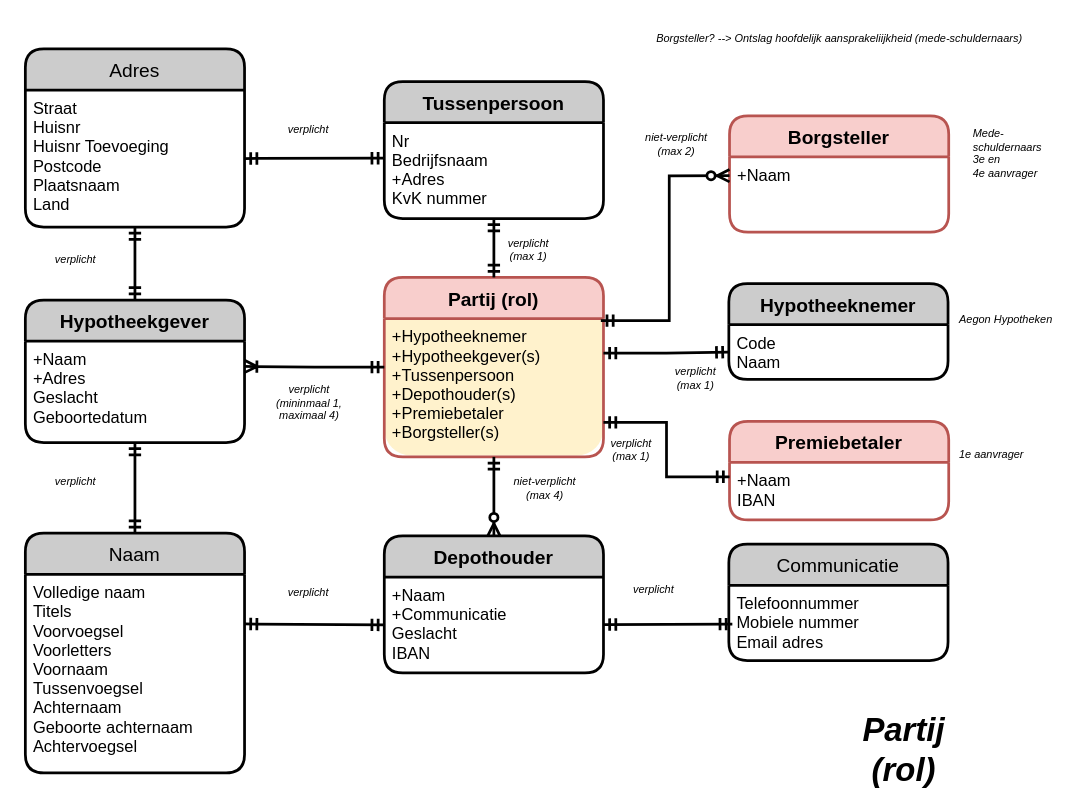
This is page "Partij" (5 of 6) of 3rdParty-HDN.drawio from luchthandel/diagrams, a draw.io file, before an edit. Source tidied: cells renumbered, new cells numbered last; positions are measured from the earlier drawing's top-left corner, leaving out a move shared by most shapes. Both pictures are drawn from the tidied source at 137%, with x=0, y=0 at pixel (25, 23).
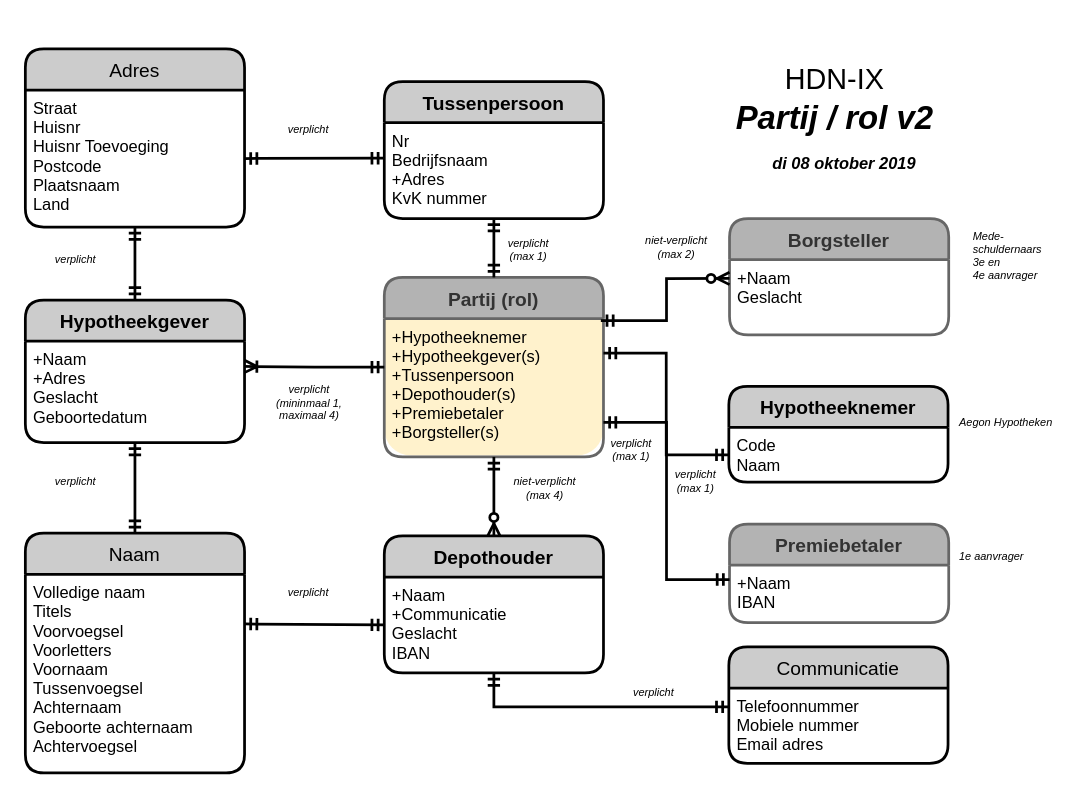
After the change.

The change refers to these unchanged cells:
```xml
<mxCell id="4" value="+Hypotheeknemer&#10;+Hypotheekgever(s)&#10;+Tussenpersoon&#10;+Depothouder(s)&#10;+Premiebetaler&#10;+Borgsteller(s)" style="align=left;strokeColor=none;fillColor=none;spacingLeft=4;fontSize=12;verticalAlign=top;" parent="3" vertex="1">
  <mxGeometry y="30" width="160" height="101" as="geometry" />
</mxCell>
<mxCell id="10" value="Telefoonnummer&#10;Mobiele nummer&#10;Email adres" style="align=left;strokeColor=none;fillColor=none;spacingLeft=4;fontSize=12;verticalAlign=top;" parent="9" vertex="1">
  <mxGeometry y="30" width="160" height="55" as="geometry" />
</mxCell>
<mxCell id="14" value="+Naam&#10;+Communicatie&#10;Geslacht&#10;IBAN" style="align=left;strokeColor=none;fillColor=none;spacingLeft=4;fontSize=12;verticalAlign=top;" parent="13" vertex="1">
  <mxGeometry y="30" width="160" height="70" as="geometry" />
</mxCell>
```

What changed in the source:
```diff
@@
-    <mxCell id="3" value="Partij (rol)" style="swimlane;horizontal=1;startSize=30;fillColor=#f8cecc;rounded=1;fontSize=14;fontStyle=1;strokeWidth=2;shadow=0;dashed=0;align=center;strokeColor=#b85450;" parent="1" vertex="1">
+    <mxCell id="3" value="Partij (rol)" style="swimlane;horizontal=1;startSize=30;fillColor=#B3B3B3;rounded=1;fontSize=14;fontStyle=1;strokeWidth=2;shadow=0;dashed=0;align=center;strokeColor=#666666;fontColor=#333333;" parent="1" vertex="1">
       <mxGeometry x="262" y="185" width="160" height="131" as="geometry" />
     </mxCell>
@@
     <mxCell id="9" value="Communicatie" style="swimlane;horizontal=1;startSize=30;fillColor=#CCCCCC;fontColor=#000000;rounded=1;fontSize=14;fontStyle=0;strokeWidth=2;shadow=0;dashed=0;align=center;" parent="1" vertex="1">
-      <mxGeometry x="513.5" y="379.7" width="160" height="85" as="geometry" />
+      <mxGeometry x="513.5" y="454.7" width="160" height="85" as="geometry" />
     </mxCell>
@@
     <mxCell id="17" value="Hypotheeknemer" style="swimlane;horizontal=1;startSize=30;fillColor=#CCCCCC;fontColor=#000000;rounded=1;fontSize=14;fontStyle=1;strokeWidth=2;shadow=0;dashed=0;align=center;" parent="1" vertex="1">
-      <mxGeometry x="513.5" y="189.5" width="160" height="70" as="geometry" />
+      <mxGeometry x="513.5" y="264.5" width="160" height="70" as="geometry" />
     </mxCell>
@@
-    <mxCell id="21" value="&lt;span style=&quot;font-size: 24px&quot;&gt;&lt;b&gt;&lt;i&gt;Partij (rol)&lt;/i&gt;&lt;/b&gt;&lt;/span&gt;" style="text;html=1;strokeColor=none;fillColor=none;align=center;verticalAlign=middle;whiteSpace=wrap;rounded=0;" parent="1" vertex="1">
-      <mxGeometry x="590" y="512.5" width="103" height="34" as="geometry" />
-    </mxCell>
@@
     <mxCell id="25" value="verplicht&lt;br&gt;(max 1)" style="text;html=1;fontStyle=2;fontSize=8;align=center;" parent="1" vertex="1">
-      <mxGeometry x="463.5" y="242.5" width="50" height="30" as="geometry" />
+      <mxGeometry x="463.5" y="317.5" width="50" height="30" as="geometry" />
     </mxCell>
@@
-    <mxCell id="31" style="edgeStyle=none;rounded=0;jettySize=auto;html=1;startArrow=ERmandOne;startFill=0;endArrow=ERmandOne;endFill=0;strokeWidth=2;entryX=0.016;entryY=0.515;entryDx=0;entryDy=0;entryPerimeter=0;" parent="1" edge="1" source="14" target="10">
+    <mxCell id="31" style="rounded=0;jettySize=auto;html=1;startArrow=ERmandOne;startFill=0;endArrow=ERmandOne;endFill=0;strokeWidth=2;entryX=0;entryY=0.25;entryDx=0;entryDy=0;exitX=0.5;exitY=1;exitDx=0;exitDy=0;edgeStyle=orthogonalEdgeStyle;" parent="1" edge="1" source="14" target="10">
       <mxGeometry relative="1" as="geometry" />
     </mxCell>
@@
     <mxCell id="34" value="verplicht" style="text;html=1;fontStyle=2;fontSize=8;" parent="1" vertex="1">
-      <mxGeometry x="442" y="401.5" width="50" height="30" as="geometry" />
+      <mxGeometry x="442" y="476.5" width="50" height="30" as="geometry" />
     </mxCell>
@@
-    <mxCell id="38" value="Premiebetaler" style="swimlane;horizontal=1;startSize=30;fillColor=#f8cecc;rounded=1;fontSize=14;fontStyle=1;strokeWidth=2;shadow=0;dashed=0;align=center;strokeColor=#b85450;" parent="1" vertex="1">
-      <mxGeometry x="514" y="290" width="160" height="72" as="geometry" />
+    <mxCell id="38" value="Premiebetaler" style="swimlane;horizontal=1;startSize=30;fillColor=#B3B3B3;rounded=1;fontSize=14;fontStyle=1;strokeWidth=2;shadow=0;dashed=0;align=center;strokeColor=#666666;fontColor=#333333;" parent="1" vertex="1">
+      <mxGeometry x="514" y="365" width="160" height="72" as="geometry" />
     </mxCell>
@@
     <mxCell id="40" value="1e aanvrager" style="text;html=1;fontStyle=2;fontSize=8;align=center;" parent="1" vertex="1">
-      <mxGeometry x="680" y="302.5" width="50" height="30" as="geometry" />
+      <mxGeometry x="680" y="377.5" width="50" height="30" as="geometry" />
     </mxCell>
-    <mxCell id="41" value="Borgsteller? --&amp;gt; Ontslag hoofdelijk aansprakeliijkheid (mede-schuldernaars)" style="text;html=1;fontStyle=2;fontSize=8;align=center;" parent="1" vertex="1">
-      <mxGeometry x="569" width="50" height="30" as="geometry" />
-    </mxCell>
-    <mxCell id="42" value="Borgsteller" style="swimlane;horizontal=1;startSize=30;fillColor=#f8cecc;rounded=1;fontSize=14;fontStyle=1;strokeWidth=2;shadow=0;dashed=0;align=center;strokeColor=#b85450;" parent="1" vertex="1">
-      <mxGeometry x="514" y="67" width="160" height="85" as="geometry" />
+    <mxCell id="42" value="Borgsteller" style="swimlane;horizontal=1;startSize=30;fillColor=#B3B3B3;rounded=1;fontSize=14;fontStyle=1;strokeWidth=2;shadow=0;dashed=0;align=center;strokeColor=#666666;fontColor=#333333;" parent="1" vertex="1">
+      <mxGeometry x="514" y="142" width="160" height="85" as="geometry" />
     </mxCell>
-    <mxCell id="43" value="+Naam" style="align=left;strokeColor=none;fillColor=none;spacingLeft=4;fontSize=12;verticalAlign=top;" parent="42" vertex="1">
+    <mxCell id="43" value="+Naam&#10;Geslacht" style="align=left;strokeColor=none;fillColor=none;spacingLeft=4;fontSize=12;verticalAlign=top;" parent="42" vertex="1">
       <mxGeometry y="30" width="160" height="55" as="geometry" />
     </mxCell>
     <mxCell id="44" style="rounded=0;jettySize=auto;html=1;exitX=0.988;exitY=0.015;exitDx=0;exitDy=0;entryX=0;entryY=0.25;entryDx=0;entryDy=0;startArrow=ERmandOne;startFill=0;endArrow=ERzeroToMany;endFill=1;strokeWidth=2;fontSize=8;exitPerimeter=0;edgeStyle=orthogonalEdgeStyle;" parent="1" edge="1" source="4" target="43">
-      <mxGeometry relative="1" as="geometry">
-        <Array as="points">
-          <mxPoint x="470" y="216" />
-          <mxPoint x="470" y="110" />
-        </Array>
-      </mxGeometry>
+      <mxGeometry relative="1" as="geometry" />
     </mxCell>
     <mxCell id="45" value="niet-verplicht&lt;br&gt;(max 2)" style="text;html=1;fontStyle=2;fontSize=8;align=center;" parent="1" vertex="1">
-      <mxGeometry x="450" y="71.5" width="50" height="30" as="geometry" />
+      <mxGeometry x="450" y="146.5" width="50" height="30" as="geometry" />
     </mxCell>
@@
     <mxCell id="48" value="Aegon Hypotheken" style="text;html=1;fontStyle=2;fontSize=8;align=left;" parent="1" vertex="1">
-      <mxGeometry x="680" y="204.5" width="50" height="30" as="geometry" />
+      <mxGeometry x="680" y="279.5" width="50" height="30" as="geometry" />
     </mxCell>
     <mxCell id="49" value="Mede-&lt;br&gt;schuldernaars&lt;br&gt;3e en&amp;nbsp;&lt;br&gt;4e aanvrager" style="text;html=1;fontStyle=2;fontSize=8;align=left;" parent="1" vertex="1">
-      <mxGeometry x="690" y="69" width="50" height="30" as="geometry" />
+      <mxGeometry x="690" y="144" width="50" height="30" as="geometry" />
     </mxCell>
+    <mxCell id="50" value="&lt;font style=&quot;font-size: 21px&quot;&gt;HDN-IX&lt;/font&gt;&lt;b style=&quot;font-size: 24px ; font-style: italic&quot;&gt; &lt;br&gt;Partij / rol v2&lt;/b&gt;" style="text;html=1;strokeColor=none;fillColor=none;align=center;verticalAlign=middle;whiteSpace=wrap;rounded=0;" parent="1" vertex="1">
+      <mxGeometry x="514" y="18" width="154" height="72" as="geometry" />
+    </mxCell>
+    <mxCell id="51" value="&lt;font&gt;&lt;b&gt;&lt;i&gt;di 08 oktober 2019&lt;/i&gt;&lt;/b&gt;&lt;br&gt;&lt;/font&gt;" style="text;html=1;strokeColor=none;fillColor=none;align=center;verticalAlign=middle;whiteSpace=wrap;rounded=0;" parent="1" vertex="1">
+      <mxGeometry x="528" y="92" width="140" height="19" as="geometry" />
+    </mxCell>
```
